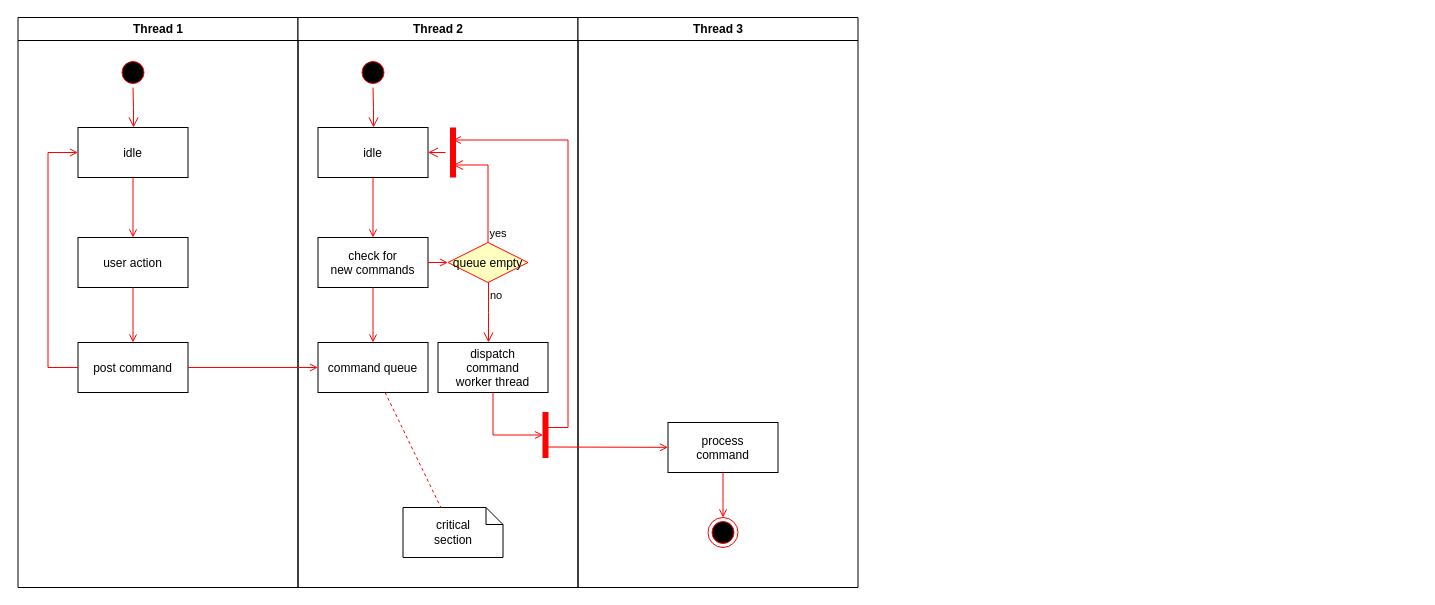
Above: Diagrama sem nome.drawio in eCsmDv/eduardomarques (draw.io), before the change. Source tidied: cells renumbered, new cells numbered last; positions are measured from the earlier drawing's top-left corner, leaving out a move shared by most shapes. Both pictures are drawn from the tidied source at 100%, with x=0, y=0 at pixel (17, 17).
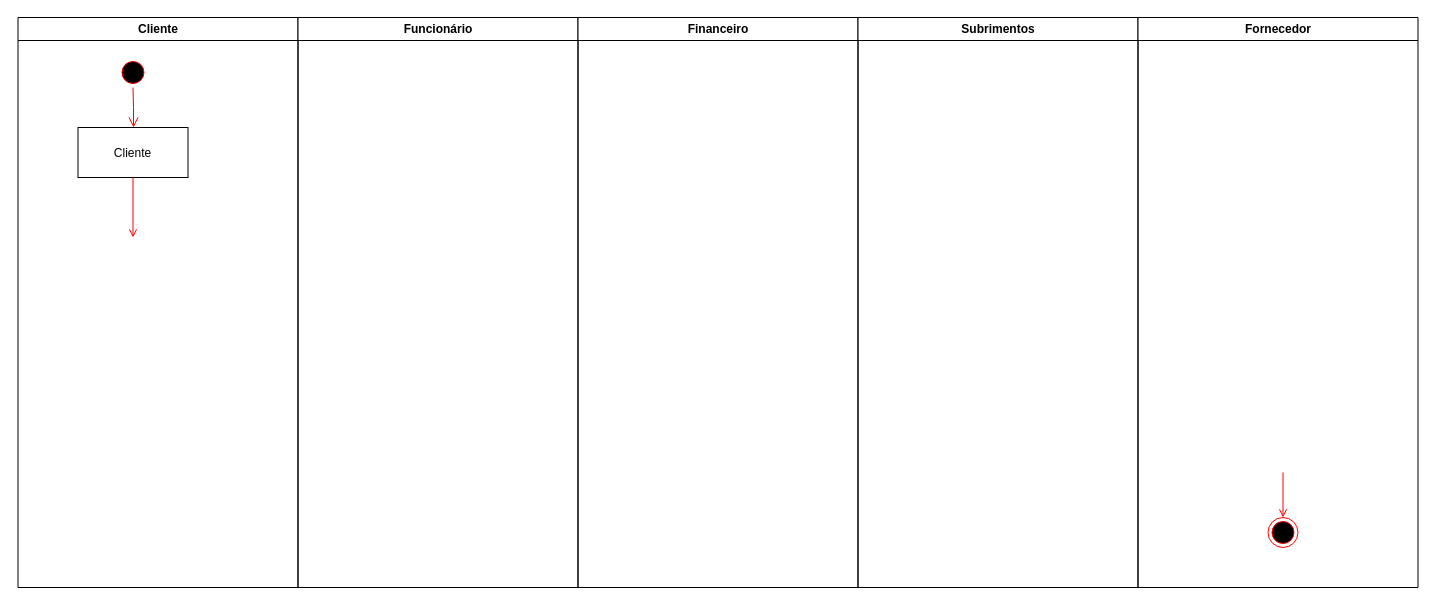
The same page after the edit.

Change to the diagram source:
```diff
@@
-    <mxCell id="2" value="Thread 1" style="swimlane;whiteSpace=wrap;" parent="1" vertex="1">
+    <mxCell id="2" value="Cliente" style="swimlane;whiteSpace=wrap;" parent="1" vertex="1">
       <mxGeometry x="0.5" width="280" height="570" as="geometry" />
     </mxCell>
@@
-    <mxCell id="5" value="idle" parent="2" vertex="1">
+    <mxCell id="5" value="Cliente" parent="2" vertex="1">
       <mxGeometry x="60" y="110" width="110" height="50" as="geometry" />
     </mxCell>
-    <mxCell id="6" value="user action" parent="2" vertex="1">
-      <mxGeometry x="60" y="220" width="110" height="50" as="geometry" />
-    </mxCell>
-    <mxCell id="7" style="endArrow=open;strokeColor=#FF0000;endFill=1;rounded=0;" parent="2" edge="1" source="5" target="6">
-      <mxGeometry relative="1" as="geometry" />
+    <mxCell id="7" style="endArrow=open;strokeColor=#FF0000;endFill=1;rounded=0;" parent="2" edge="1" source="5">
+      <mxGeometry relative="1" as="geometry">
+        <mxPoint x="115" y="220" as="targetPoint" />
+      </mxGeometry>
     </mxCell>
-    <mxCell id="8" value="post command" parent="2" vertex="1">
-      <mxGeometry x="60" y="325" width="110" height="50" as="geometry" />
-    </mxCell>
-    <mxCell id="9" style="endArrow=open;strokeColor=#FF0000;endFill=1;rounded=0;" parent="2" edge="1" source="6" target="8">
-      <mxGeometry relative="1" as="geometry" />
-    </mxCell>
-    <mxCell id="10" style="edgeStyle=elbowEdgeStyle;elbow=horizontal;strokeColor=#FF0000;endArrow=open;endFill=1;rounded=0;" parent="2" edge="1" source="8" target="5">
-      <mxGeometry relative="1" as="geometry">
-        <Array as="points">
-          <mxPoint x="30" y="250" />
-        </Array>
-      </mxGeometry>
-    </mxCell>
-    <mxCell id="11" value="Thread 2" style="swimlane;whiteSpace=wrap;" parent="1" vertex="1">
+    <mxCell id="11" value="Funcionário" style="swimlane;whiteSpace=wrap;" parent="1" vertex="1">
       <mxGeometry x="280.5" width="280" height="570" as="geometry" />
     </mxCell>
-    <mxCell id="12" style="ellipse;shape=startState;fillColor=#000000;strokeColor=#ff0000;" parent="11" vertex="1">
-      <mxGeometry x="60" y="40" width="30" height="30" as="geometry" />
-    </mxCell>
-    <mxCell id="13" style="edgeStyle=elbowEdgeStyle;elbow=horizontal;verticalAlign=bottom;endArrow=open;endSize=8;strokeColor=#FF0000;endFill=1;rounded=0;" parent="11" edge="1" source="12" target="14">
-      <mxGeometry x="40" y="20" as="geometry" />
-    </mxCell>
-    <mxCell id="14" value="idle" parent="11" vertex="1">
-      <mxGeometry x="20" y="110" width="110" height="50" as="geometry" />
-    </mxCell>
-    <mxCell id="15" value="check for &#10;new commands" parent="11" vertex="1">
-      <mxGeometry x="20" y="220" width="110" height="50" as="geometry" />
-    </mxCell>
-    <mxCell id="16" style="endArrow=open;strokeColor=#FF0000;endFill=1;rounded=0;" parent="11" edge="1" source="14" target="15">
-      <mxGeometry relative="1" as="geometry" />
-    </mxCell>
-    <mxCell id="17" value="command queue" parent="11" vertex="1">
-      <mxGeometry x="20" y="325" width="110" height="50" as="geometry" />
-    </mxCell>
-    <mxCell id="18" style="endArrow=open;strokeColor=#FF0000;endFill=1;rounded=0;" parent="11" edge="1" source="15" target="17">
-      <mxGeometry relative="1" as="geometry" />
-    </mxCell>
-    <mxCell id="19" value="queue empty" style="rhombus;fillColor=#ffffc0;strokeColor=#ff0000;" parent="11" vertex="1">
-      <mxGeometry x="150" y="225" width="80" height="40" as="geometry" />
-    </mxCell>
-    <mxCell id="20" value="yes" style="edgeStyle=elbowEdgeStyle;elbow=horizontal;align=left;verticalAlign=bottom;endArrow=open;endSize=8;strokeColor=#FF0000;exitX=0.5;exitY=0;endFill=1;rounded=0;entryX=0.75;entryY=0.5;entryPerimeter=0;" parent="11" edge="1" source="19" target="23">
-      <mxGeometry x="-1" relative="1" as="geometry">
-        <Array as="points">
-          <mxPoint x="190" y="180" />
-        </Array>
-      </mxGeometry>
-    </mxCell>
-    <mxCell id="21" value="no" style="edgeStyle=elbowEdgeStyle;elbow=horizontal;align=left;verticalAlign=top;endArrow=open;endSize=8;strokeColor=#FF0000;endFill=1;rounded=0;" parent="11" edge="1" source="19" target="25">
-      <mxGeometry x="-1" relative="1" as="geometry" />
-    </mxCell>
-    <mxCell id="22" style="endArrow=open;strokeColor=#FF0000;endFill=1;rounded=0;" parent="11" edge="1" source="15" target="19">
-      <mxGeometry relative="1" as="geometry" />
-    </mxCell>
-    <mxCell id="23" style="shape=line;strokeWidth=6;strokeColor=#ff0000;rotation=90;" parent="11" vertex="1">
-      <mxGeometry x="130" y="127.5" width="50" height="15" as="geometry" />
-    </mxCell>
-    <mxCell id="24" style="edgeStyle=elbowEdgeStyle;elbow=horizontal;verticalAlign=bottom;endArrow=open;endSize=8;strokeColor=#FF0000;endFill=1;rounded=0;" parent="11" edge="1" source="23" target="14">
-      <mxGeometry x="130" y="90" as="geometry" />
-    </mxCell>
-    <mxCell id="25" value="dispatch&#10;command&#10;worker thread" parent="11" vertex="1">
-      <mxGeometry x="140" y="325" width="110" height="50" as="geometry" />
-    </mxCell>
-    <mxCell id="26" value="critical&#10;section" style="shape=note;whiteSpace=wrap;size=17;" parent="11" vertex="1">
-      <mxGeometry x="105" y="490" width="100" height="50" as="geometry" />
-    </mxCell>
-    <mxCell id="27" style="endArrow=none;strokeColor=#FF0000;endFill=0;rounded=0;dashed=1;" parent="11" edge="1" source="17" target="26">
-      <mxGeometry relative="1" as="geometry" />
-    </mxCell>
-    <mxCell id="28" style="whiteSpace=wrap;strokeColor=#FF0000;fillColor=#FF0000;" parent="11" vertex="1">
-      <mxGeometry x="245" y="395" width="5" height="45" as="geometry" />
-    </mxCell>
-    <mxCell id="29" style="edgeStyle=elbowEdgeStyle;elbow=horizontal;entryX=0;entryY=0.5;strokeColor=#FF0000;endArrow=open;endFill=1;rounded=0;" parent="11" edge="1" source="25" target="28">
-      <mxGeometry relative="1" as="geometry">
-        <Array as="points">
-          <mxPoint x="195" y="400" />
-        </Array>
-      </mxGeometry>
-    </mxCell>
-    <mxCell id="30" value="Thread 3" style="swimlane;whiteSpace=wrap;" parent="1" vertex="1">
+    <mxCell id="30" value="Financeiro" style="swimlane;whiteSpace=wrap;" parent="1" vertex="1">
       <mxGeometry x="560.5" width="280" height="570" as="geometry" />
     </mxCell>
-    <mxCell id="31" value="process&#10;command" parent="30" vertex="1">
-      <mxGeometry x="90" y="405" width="110" height="50" as="geometry" />
-    </mxCell>
-    <mxCell id="32" style="edgeStyle=elbowEdgeStyle;elbow=horizontal;strokeColor=#FF0000;endArrow=open;endFill=1;rounded=0;entryX=0.25;entryY=0.5;entryPerimeter=0;" parent="30" edge="1" target="23">
-      <mxGeometry relative="1" as="geometry">
-        <mxPoint x="-30" y="410" as="sourcePoint" />
-        <Array as="points">
-          <mxPoint x="-10" y="135" />
-        </Array>
-      </mxGeometry>
-    </mxCell>
-    <mxCell id="33" style="edgeStyle=none;strokeColor=#FF0000;endArrow=open;endFill=1;rounded=0;" parent="30" edge="1" target="31">
-      <mxGeometry relative="1" as="geometry">
-        <mxPoint x="-30" y="429.5" as="sourcePoint" />
-      </mxGeometry>
-    </mxCell>
+    <mxCell id="37" value="Subrimentos" style="swimlane;whiteSpace=wrap;" parent="1" vertex="1">
+      <mxGeometry x="840.5" width="280" height="570" as="geometry" />
+    </mxCell>
+    <mxCell id="38" value="Fornecedor" style="swimlane;whiteSpace=wrap;" parent="1" vertex="1">
+      <mxGeometry x="1120.5" width="280" height="570" as="geometry" />
+    </mxCell>
-    <mxCell id="34" style="ellipse;shape=endState;fillColor=#000000;strokeColor=#ff0000;" parent="30" vertex="1">
+    <mxCell id="34" style="ellipse;shape=endState;fillColor=#000000;strokeColor=#ff0000;" parent="38" vertex="1">
       <mxGeometry x="130" y="500" width="30" height="30" as="geometry" />
     </mxCell>
-    <mxCell id="35" style="endArrow=open;strokeColor=#FF0000;endFill=1;rounded=0;" parent="30" edge="1" source="31" target="34">
-      <mxGeometry relative="1" as="geometry" />
-    </mxCell>
-    <mxCell id="36" style="endArrow=open;strokeColor=#FF0000;endFill=1;rounded=0;" parent="1" edge="1" source="8" target="17">
-      <mxGeometry relative="1" as="geometry" />
-    </mxCell>
+    <mxCell id="39" style="endArrow=open;strokeColor=#FF0000;endFill=1;rounded=0;" parent="38" edge="1" target="34">
+      <mxGeometry relative="1" as="geometry">
+        <mxPoint x="145" y="455" as="sourcePoint" />
+      </mxGeometry>
+    </mxCell>
```
